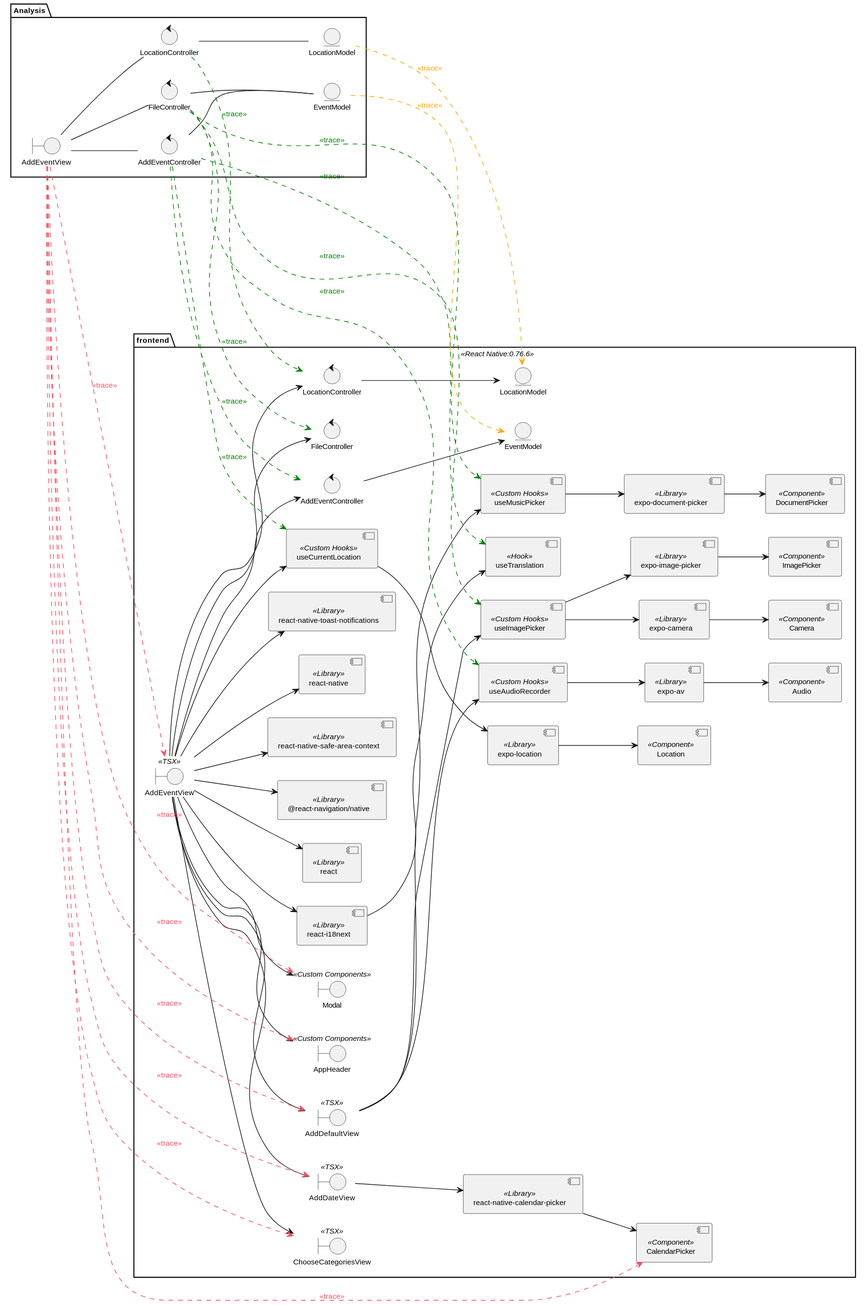
Above: Diseño/React Native/UC 6 Diseño/diagramas/TraceAnalysisClassDiagram.svg in valeraruggierotesisucv/tesis-frameworks-mobile-diagrams (PlantUML), before the change.
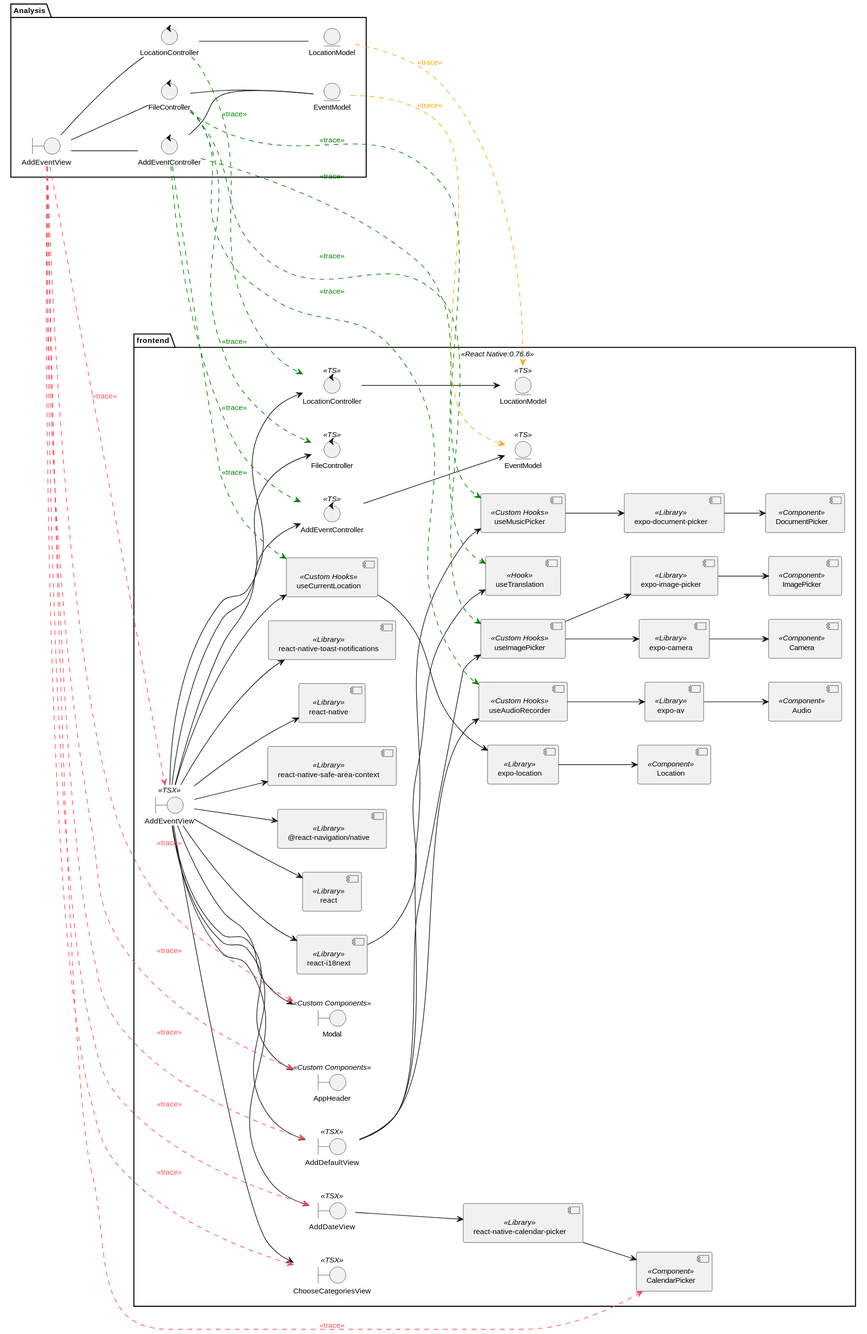
The same file after the commit.

Change to the diagram source:
```diff
@@ -71,13 +71,13 @@
     component "react-native-calendar-picker" as ReactNativeCalendarPicker << Library >>
     component "CalendarPicker" as CalendarPicker << Component >>
 
-    control "AddEventController" as AddEventController
-    control "LocationController" as LocationController
-    control "FileController" as FileController
+    control "AddEventController" as AddEventController << TS >>
+    control "LocationController" as LocationController << TS >>
+    control "FileController" as FileController << TS >>
 
 
-    entity "EventModel" as EventModel
-    entity "LocationModel" as LocationModel
+    entity "EventModel" as EventModel << TS >>
+    entity "LocationModel" as LocationModel << TS >>
 }
 
 addEventView --> AddDefaultView
```
